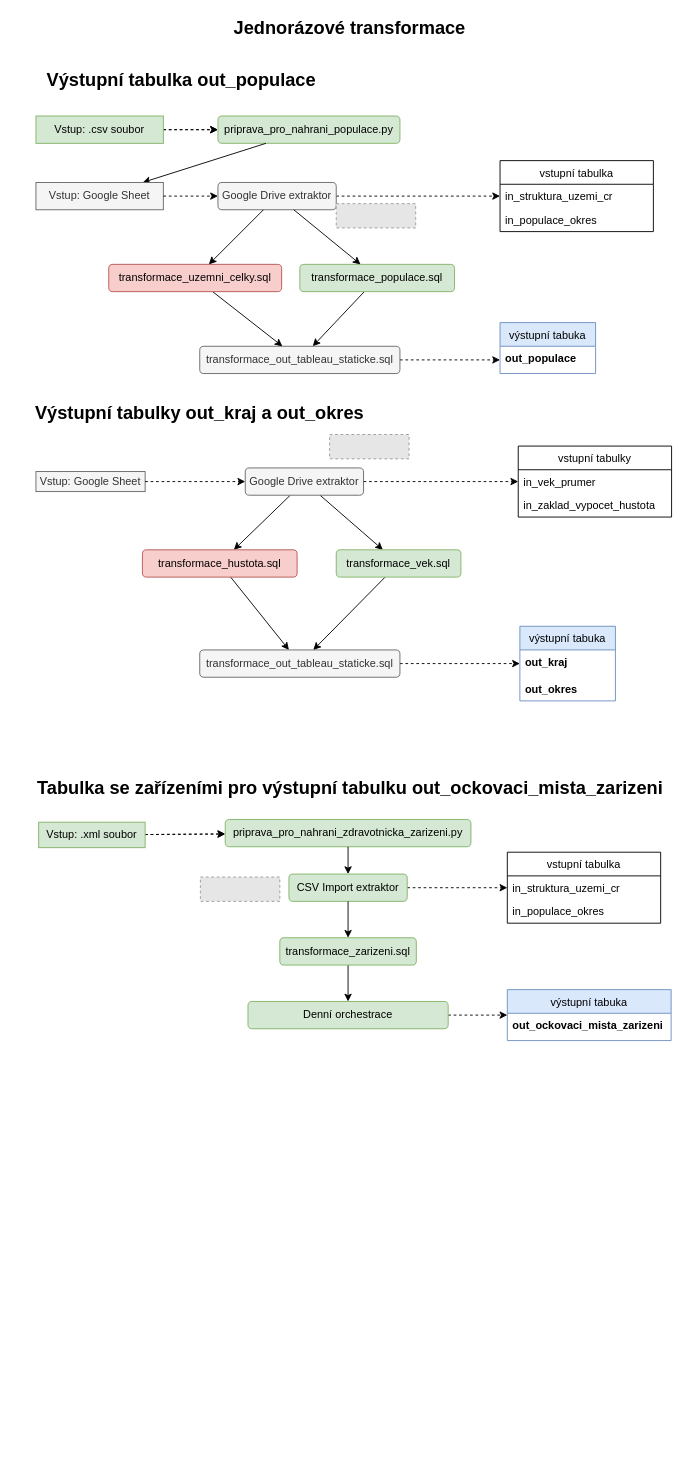
This is Transformace/flowchart_jednorazove_transformace.drawio from AdelaKohoutkova/da-projekt-2021, a draw.io file, before an edit. Source tidied: cells renumbered, new cells numbered last; positions are measured from the earlier drawing's top-left corner, leaving out a move shared by most shapes. Both pictures are drawn from the tidied source at 91%, with x=0, y=0 at pixel (20, 17). Pictures stored in the file or linked from it are replaced by grey dashed boxes.
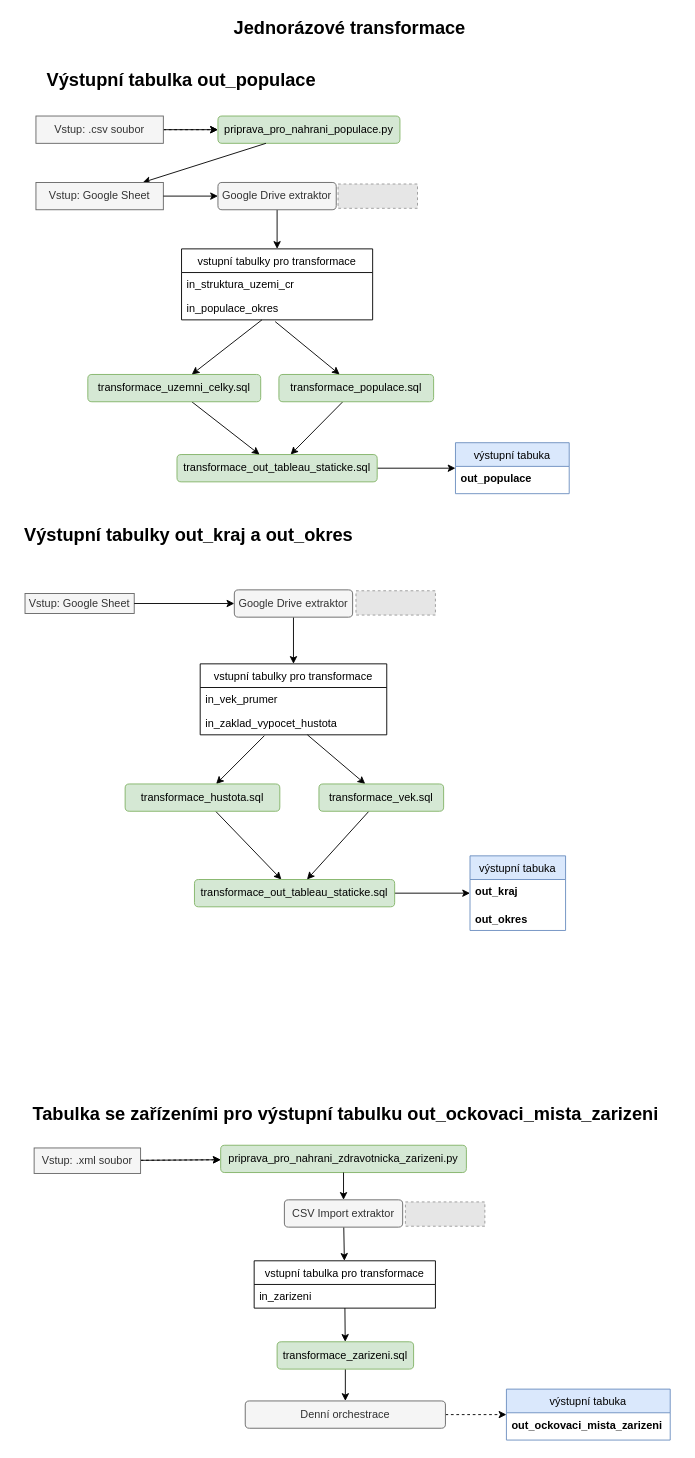
The same diagram, later.

Commit message (it also covers changes not shown here):
aktualizovány vývojové diagramy transformací

Unchanged cells that the change refers to:
```xml
<mxCell id="8" value="priprava_pro_nahrani_populace.py" style="rounded=1;whiteSpace=wrap;html=1;strokeColor=#82b366;align=center;fillColor=#d5e8d4;" parent="1" vertex="1">
  <mxGeometry x="217" y="108" width="200" height="30" as="geometry" />
</mxCell>
<mxCell id="9" value="Google Drive extraktor" style="rounded=1;whiteSpace=wrap;html=1;strokeColor=#666666;align=center;fillColor=#f5f5f5;fontColor=#333333;" parent="1" vertex="1">
  <mxGeometry x="217" y="181" width="130" height="30" as="geometry" />
</mxCell>
<mxCell id="38" value="Vstup: Google Sheet" style="text;html=1;fillColor=#f5f5f5;align=center;verticalAlign=middle;whiteSpace=wrap;rounded=0;strokeColor=#666666;fontColor=#333333;" parent="1" vertex="1">
  <mxGeometry x="17" y="181" width="140" height="30" as="geometry" />
</mxCell>
```

What changed in the source:
```diff
@@
     <mxCell id="2" value="výstupní tabuka" style="swimlane;fontStyle=0;horizontal=1;startSize=26;fillColor=#dae8fc;strokeColor=#6c8ebf;" parent="1" vertex="1">
-      <mxGeometry x="527" y="335" width="105" height="56" as="geometry" />
+      <mxGeometry x="478" y="467" width="125" height="56" as="geometry" />
     </mxCell>
     <mxCell id="3" value="out_populace" style="text;strokeColor=none;fillColor=none;spacingLeft=4;spacingRight=4;overflow=hidden;fontSize=12;fontStyle=1;" parent="2" vertex="1">
-      <mxGeometry y="26" width="105" height="30" as="geometry" />
+      <mxGeometry y="26" width="125" height="30" as="geometry" />
     </mxCell>
@@
-    <mxCell id="5" style="edgeStyle=none;rounded=0;jettySize=auto;html=1;dashed=1;" parent="1" edge="1" source="6" target="8">
+    <mxCell id="5" style="edgeStyle=none;rounded=0;jettySize=auto;html=1;" parent="1" edge="1" source="6" target="8">
       <mxGeometry relative="1" as="geometry" />
     </mxCell>
-    <mxCell id="6" value="Vstup: .csv soubor" style="text;html=1;align=center;verticalAlign=middle;whiteSpace=wrap;rounded=0;strokeColor=#82b366;fillColor=#d5e8d4;" parent="1" vertex="1">
+    <mxCell id="6" value="Vstup: .csv soubor" style="text;html=1;align=center;verticalAlign=middle;whiteSpace=wrap;rounded=0;strokeColor=#666666;fillColor=#f5f5f5;fontColor=#333333;" parent="1" vertex="1">
       <mxGeometry x="17" y="108" width="140" height="30" as="geometry" />
     </mxCell>
-    <mxCell id="7" style="edgeStyle=none;rounded=0;jettySize=auto;html=1;dashed=1;" parent="1" edge="1" source="9" target="11">
+    <mxCell id="7" style="edgeStyle=none;rounded=0;jettySize=auto;html=1;" parent="1" edge="1" source="9" target="11">
       <mxGeometry relative="1" as="geometry" />
     </mxCell>
@@
     <mxCell id="10" style="fillColor=#E6E6E6;strokeColor=#999999;dashed=1;verticalLabelPosition=bottom;labelBackgroundColor=#ffffff;verticalAlign=top;" parent="1" vertex="1">
-      <mxGeometry x="347" y="204.3" width="87.3" height="26.7" as="geometry" />
+      <mxGeometry x="349" y="182.7" width="87.3" height="26.7" as="geometry" />
     </mxCell>
-    <mxCell id="11" value="vstupní tabulka" style="swimlane;fontStyle=0;horizontal=1;startSize=26;" parent="1" vertex="1">
-      <mxGeometry x="527" y="157" width="168.5" height="78" as="geometry" />
+    <mxCell id="11" value="vstupní tabulky pro transformace" style="swimlane;fontStyle=0;horizontal=1;startSize=26;" parent="1" vertex="1">
+      <mxGeometry x="177" y="254" width="210" height="78" as="geometry" />
     </mxCell>
     <mxCell id="12" value="in_struktura_uzemi_cr" style="text;strokeColor=none;fillColor=none;align=left;verticalAlign=top;spacingLeft=4;spacingRight=4;overflow=hidden;" parent="11" vertex="1">
-      <mxGeometry y="26" width="168.5" height="26" as="geometry" />
+      <mxGeometry y="26" width="210" height="26" as="geometry" />
     </mxCell>
     <mxCell id="13" value="in_populace_okres" style="text;strokeColor=none;fillColor=none;align=left;verticalAlign=top;spacingLeft=4;spacingRight=4;overflow=hidden;points=[[0,0.5],[1,0.5]];portConstraint=eastwest;" parent="11" vertex="1">
-      <mxGeometry y="52" width="168.5" height="26" as="geometry" />
+      <mxGeometry y="52" width="210" height="26" as="geometry" />
     </mxCell>
@@
     <mxCell id="15" value="&lt;span style=&quot;text-align: left&quot;&gt;transformace_populace.sql&lt;/span&gt;" style="rounded=1;whiteSpace=wrap;html=1;strokeColor=#82b366;align=center;fillColor=#d5e8d4;" parent="1" vertex="1">
-      <mxGeometry x="307" y="271" width="170" height="30" as="geometry" />
+      <mxGeometry x="284" y="392" width="170" height="30" as="geometry" />
     </mxCell>
-    <mxCell id="16" style="edgeStyle=none;rounded=0;jettySize=auto;html=1;dashed=1;" parent="1" edge="1" source="17">
-      <mxGeometry relative="1" as="geometry">
-        <mxPoint x="527" y="376" as="targetPoint" />
-      </mxGeometry>
+    <mxCell id="16" style="edgeStyle=none;rounded=0;jettySize=auto;html=1;" parent="1" edge="1" source="17" target="2">
+      <mxGeometry relative="1" as="geometry" />
     </mxCell>
-    <mxCell id="17" value="&lt;span style=&quot;text-align: left&quot;&gt;transformace_out_tableau_staticke.sql&lt;/span&gt;" style="rounded=1;whiteSpace=wrap;html=1;strokeColor=#666666;align=center;fillColor=#f5f5f5;fontColor=#333333;" parent="1" vertex="1">
-      <mxGeometry x="197" y="361" width="220" height="30" as="geometry" />
+    <mxCell id="17" value="&lt;span style=&quot;text-align: left&quot;&gt;transformace_out_tableau_staticke.sql&lt;/span&gt;" style="rounded=1;whiteSpace=wrap;html=1;strokeColor=#82b366;align=center;fillColor=#d5e8d4;" parent="1" vertex="1">
+      <mxGeometry x="172" y="480" width="220" height="30" as="geometry" />
     </mxCell>
@@
-    <mxCell id="19" style="rounded=0;jettySize=auto;html=1;" parent="1" edge="1" source="9" target="15">
+    <mxCell id="19" style="rounded=0;jettySize=auto;html=1;exitX=0.49;exitY=1.073;exitDx=0;exitDy=0;exitPerimeter=0;" parent="1" edge="1" source="13" target="15">
       <mxGeometry relative="1" as="geometry" />
     </mxCell>
     <mxCell id="20" value="Vstup: Google Sheet" style="text;html=1;fillColor=#f5f5f5;align=center;verticalAlign=middle;whiteSpace=wrap;rounded=0;strokeColor=#666666;fontColor=#333333;" parent="1" vertex="1">
-      <mxGeometry x="17" y="498.7" width="120" height="22" as="geometry" />
+      <mxGeometry x="5" y="632.7" width="120" height="22" as="geometry" />
     </mxCell>
-    <mxCell id="21" style="edgeStyle=none;rounded=0;jettySize=auto;html=1;" parent="1" edge="1" source="24" target="33">
+    <mxCell id="21" style="edgeStyle=none;rounded=0;jettySize=auto;html=1;exitX=0.344;exitY=1.037;exitDx=0;exitDy=0;exitPerimeter=0;" parent="1" edge="1" source="28" target="33">
       <mxGeometry relative="1" as="geometry" />
     </mxCell>
-    <mxCell id="22" style="edgeStyle=none;rounded=0;jettySize=auto;html=1;" parent="1" edge="1" source="24" target="37">
+    <mxCell id="22" style="edgeStyle=none;rounded=0;jettySize=auto;html=1;" parent="1" edge="1" source="28" target="37">
       <mxGeometry relative="1" as="geometry" />
     </mxCell>
-    <mxCell id="23" style="edgeStyle=none;rounded=0;jettySize=auto;html=1;dashed=1;" parent="1" edge="1" source="24" target="26">
+    <mxCell id="23" style="edgeStyle=none;rounded=0;jettySize=auto;html=1;" parent="1" edge="1" source="24" target="26">
       <mxGeometry relative="1" as="geometry" />
     </mxCell>
     <mxCell id="24" value="Google Drive extraktor" style="rounded=1;whiteSpace=wrap;html=1;strokeColor=#666666;align=center;fillColor=#f5f5f5;fontColor=#333333;" parent="1" vertex="1">
-      <mxGeometry x="247" y="494.7" width="130" height="30" as="geometry" />
+      <mxGeometry x="235" y="628.7" width="130" height="30" as="geometry" />
     </mxCell>
     <mxCell id="25" style="fillColor=#E6E6E6;strokeColor=#999999;dashed=1;verticalLabelPosition=bottom;labelBackgroundColor=#ffffff;verticalAlign=top;" parent="1" vertex="1">
-      <mxGeometry x="339.7" y="458" width="87.3" height="26.7" as="geometry" />
+      <mxGeometry x="368.7" y="629.7" width="87.3" height="26.7" as="geometry" />
     </mxCell>
-    <mxCell id="26" value="vstupní tabulky" style="swimlane;fontStyle=0;horizontal=1;startSize=26;" parent="1" vertex="1">
-      <mxGeometry x="547" y="470.7" width="168.5" height="78" as="geometry" />
+    <mxCell id="26" value="vstupní tabulky pro transformace" style="swimlane;fontStyle=0;horizontal=1;startSize=26;" parent="1" vertex="1">
+      <mxGeometry x="197.5" y="710" width="205" height="78" as="geometry" />
     </mxCell>
     <mxCell id="27" value="in_vek_prumer" style="text;strokeColor=none;fillColor=none;align=left;verticalAlign=top;spacingLeft=4;spacingRight=4;overflow=hidden;" parent="26" vertex="1">
-      <mxGeometry y="26" width="168.5" height="26" as="geometry" />
+      <mxGeometry y="26" width="205" height="26" as="geometry" />
     </mxCell>
     <mxCell id="28" value="in_zaklad_vypocet_hustota" style="text;strokeColor=none;fillColor=none;align=left;verticalAlign=top;spacingLeft=4;spacingRight=4;overflow=hidden;points=[[0,0.5],[1,0.5]];portConstraint=eastwest;" parent="26" vertex="1">
-      <mxGeometry y="52" width="168.5" height="26" as="geometry" />
+      <mxGeometry y="52" width="205" height="26" as="geometry" />
     </mxCell>
     <mxCell id="29" value="výstupní tabuka" style="swimlane;fontStyle=0;horizontal=1;startSize=26;fillColor=#dae8fc;strokeColor=#6c8ebf;" parent="1" vertex="1">
-      <mxGeometry x="548.8" y="668.7" width="105" height="82" as="geometry" />
+      <mxGeometry x="494" y="921" width="105" height="82" as="geometry" />
     </mxCell>
@@
-    <mxCell id="33" value="&lt;div style=&quot;text-align: left&quot;&gt;&lt;span&gt;transformace_hustota.sql&lt;/span&gt;&lt;/div&gt;" style="rounded=1;whiteSpace=wrap;html=1;strokeColor=#b85450;align=center;fillColor=#f8cecc;" parent="1" vertex="1">
-      <mxGeometry x="134" y="584.7" width="170" height="30" as="geometry" />
+    <mxCell id="33" value="&lt;div style=&quot;text-align: left&quot;&gt;&lt;span&gt;transformace_hustota.sql&lt;/span&gt;&lt;/div&gt;" style="rounded=1;whiteSpace=wrap;html=1;strokeColor=#82b366;align=center;fillColor=#d5e8d4;" parent="1" vertex="1">
+      <mxGeometry x="115" y="842" width="170" height="30" as="geometry" />
     </mxCell>
-    <mxCell id="34" style="edgeStyle=none;rounded=0;jettySize=auto;html=1;dashed=1;" parent="1" edge="1" source="35" target="29">
+    <mxCell id="34" style="edgeStyle=none;rounded=0;jettySize=auto;html=1;" parent="1" edge="1" source="35" target="29">
       <mxGeometry relative="1" as="geometry" />
     </mxCell>
-    <mxCell id="35" value="&lt;span style=&quot;text-align: left&quot;&gt;transformace_out_tableau_staticke.sql&lt;/span&gt;" style="rounded=1;whiteSpace=wrap;html=1;strokeColor=#666666;align=center;fillColor=#f5f5f5;fontColor=#333333;" parent="1" vertex="1">
-      <mxGeometry x="197" y="694.7" width="220" height="30" as="geometry" />
+    <mxCell id="35" value="&lt;span style=&quot;text-align: left&quot;&gt;transformace_out_tableau_staticke.sql&lt;/span&gt;" style="rounded=1;whiteSpace=wrap;html=1;strokeColor=#82b366;align=center;fillColor=#d5e8d4;" parent="1" vertex="1">
+      <mxGeometry x="191.2" y="947" width="220" height="30" as="geometry" />
     </mxCell>
@@
     <mxCell id="37" value="&lt;div style=&quot;text-align: left&quot;&gt;transformace_vek.sql&lt;br&gt;&lt;/div&gt;" style="rounded=1;whiteSpace=wrap;html=1;strokeColor=#82b366;align=center;fillColor=#d5e8d4;" parent="1" vertex="1">
-      <mxGeometry x="347" y="584.7" width="137" height="30" as="geometry" />
+      <mxGeometry x="328" y="842" width="137" height="30" as="geometry" />
     </mxCell>
@@
-    <mxCell id="39" style="edgeStyle=none;rounded=0;jettySize=auto;html=1;dashed=1;" parent="1" edge="1" source="38" target="9">
+    <mxCell id="39" style="edgeStyle=none;rounded=0;jettySize=auto;html=1;" parent="1" edge="1" source="38" target="9">
       <mxGeometry relative="1" as="geometry" />
     </mxCell>
@@
-    <mxCell id="41" value="&lt;div style=&quot;text-align: left&quot;&gt;&lt;span&gt;transformace_uzemni_celky.sql&lt;/span&gt;&lt;/div&gt;" style="rounded=1;whiteSpace=wrap;html=1;strokeColor=#b85450;align=center;fillColor=#f8cecc;" parent="1" vertex="1">
-      <mxGeometry x="97" y="271" width="190" height="30" as="geometry" />
+    <mxCell id="41" value="&lt;div style=&quot;text-align: left&quot;&gt;&lt;span&gt;transformace_uzemni_celky.sql&lt;/span&gt;&lt;/div&gt;" style="rounded=1;whiteSpace=wrap;html=1;strokeColor=#82b366;align=center;fillColor=#d5e8d4;" parent="1" vertex="1">
+      <mxGeometry x="74" y="392" width="190" height="30" as="geometry" />
     </mxCell>
-    <mxCell id="42" style="rounded=0;jettySize=auto;html=1;" parent="1" edge="1" source="9" target="41">
+    <mxCell id="42" style="rounded=0;jettySize=auto;html=1;" parent="1" edge="1" source="13" target="41">
       <mxGeometry relative="1" as="geometry" />
     </mxCell>
-    <mxCell id="43" style="edgeStyle=none;rounded=0;jettySize=auto;html=1;dashed=1;" parent="1" edge="1" source="20" target="24">
+    <mxCell id="43" style="edgeStyle=none;rounded=0;jettySize=auto;html=1;" parent="1" edge="1" source="20" target="24">
       <mxGeometry relative="1" as="geometry" />
     </mxCell>
@@
     <mxCell id="46" value="&lt;span style=&quot;font-size: 20px&quot;&gt;&lt;b&gt;Výstupní tabulky out_kraj a out_okres&lt;/b&gt;&lt;/span&gt;" style="text;html=1;strokeColor=none;fillColor=none;align=center;verticalAlign=middle;whiteSpace=wrap;rounded=0;" parent="1" vertex="1">
-      <mxGeometry x="7" y="408" width="380" height="50" as="geometry" />
+      <mxGeometry x="-5" y="542" width="380" height="50" as="geometry" />
     </mxCell>
     <mxCell id="47" value="&lt;span style=&quot;font-size: 20px&quot;&gt;&lt;b&gt;Tabulka se zařízeními pro výstupní tabulku&amp;nbsp;&lt;/b&gt;&lt;/span&gt;&lt;span style=&quot;font-size: 20px&quot;&gt;&lt;b&gt;out_ockovaci_mista_zarizeni&lt;/b&gt;&lt;/span&gt;" style="text;html=1;strokeColor=none;fillColor=none;align=center;verticalAlign=middle;whiteSpace=wrap;rounded=0;" parent="1" vertex="1">
-      <mxGeometry y="821" width="725" height="50" as="geometry" />
+      <mxGeometry x="-5" y="1179" width="725" height="50" as="geometry" />
     </mxCell>
     <mxCell id="48" value="výstupní tabuka" style="swimlane;fontStyle=0;horizontal=1;startSize=26;fillColor=#dae8fc;strokeColor=#6c8ebf;" parent="1" vertex="1">
-      <mxGeometry x="535" y="1068" width="180" height="56" as="geometry" />
+      <mxGeometry x="534" y="1507" width="180" height="56" as="geometry" />
     </mxCell>
@@
-    <mxCell id="51" style="edgeStyle=none;rounded=0;jettySize=auto;html=1;dashed=1;" parent="1" edge="1" source="52" target="54">
+    <mxCell id="51" style="edgeStyle=none;rounded=0;jettySize=auto;html=1;" parent="1" edge="1" source="52" target="54">
       <mxGeometry relative="1" as="geometry" />
     </mxCell>
-    <mxCell id="52" value="Vstup: .xml soubor" style="text;html=1;fillColor=#d5e8d4;align=center;verticalAlign=middle;whiteSpace=wrap;rounded=0;strokeColor=#82b366;" parent="1" vertex="1">
-      <mxGeometry x="20" y="884" width="117" height="28" as="geometry" />
+    <mxCell id="52" value="Vstup: .xml soubor" style="text;html=1;fillColor=#f5f5f5;align=center;verticalAlign=middle;whiteSpace=wrap;rounded=0;strokeColor=#666666;fontColor=#333333;" parent="1" vertex="1">
+      <mxGeometry x="15" y="1242" width="117" height="28" as="geometry" />
     </mxCell>
-    <mxCell id="53" style="edgeStyle=none;rounded=0;jettySize=auto;html=1;dashed=1;" parent="1" edge="1" source="55" target="57">
+    <mxCell id="53" style="edgeStyle=none;rounded=0;jettySize=auto;html=1;" parent="1" edge="1" source="55" target="57">
       <mxGeometry relative="1" as="geometry" />
     </mxCell>
     <mxCell id="54" value="priprava_pro_nahrani_zdravotnicka_zarizeni.py" style="rounded=1;whiteSpace=wrap;html=1;strokeColor=#82b366;align=center;fillColor=#d5e8d4;" parent="1" vertex="1">
-      <mxGeometry x="225" y="881" width="270" height="30" as="geometry" />
+      <mxGeometry x="220" y="1239" width="270" height="30" as="geometry" />
     </mxCell>
-    <mxCell id="55" value="CSV Import extraktor" style="rounded=1;whiteSpace=wrap;html=1;strokeColor=#82b366;align=center;fillColor=#d5e8d4;" parent="1" vertex="1">
-      <mxGeometry x="295" y="941" width="130" height="30" as="geometry" />
+    <mxCell id="55" value="CSV Import extraktor" style="rounded=1;whiteSpace=wrap;html=1;strokeColor=#666666;align=center;fillColor=#f5f5f5;fontColor=#333333;" parent="1" vertex="1">
+      <mxGeometry x="290" y="1299" width="130" height="30" as="geometry" />
     </mxCell>
     <mxCell id="56" style="fillColor=#E6E6E6;strokeColor=#999999;dashed=1;verticalLabelPosition=bottom;labelBackgroundColor=#ffffff;verticalAlign=top;" parent="1" vertex="1">
-      <mxGeometry x="197.7" y="944.3" width="87.3" height="26.7" as="geometry" />
+      <mxGeometry x="423" y="1301.3" width="87.3" height="26.7" as="geometry" />
     </mxCell>
-    <mxCell id="57" value="vstupní tabulka" style="swimlane;fontStyle=0;horizontal=1;startSize=26;" parent="1" vertex="1">
-      <mxGeometry x="535" y="917" width="168.5" height="78" as="geometry" />
+    <mxCell id="57" value="vstupní tabulka pro transformace" style="swimlane;fontStyle=0;horizontal=1;startSize=26;" parent="1" vertex="1">
+      <mxGeometry x="256.8" y="1366" width="199.2" height="52" as="geometry" />
     </mxCell>
-    <mxCell id="58" value="in_struktura_uzemi_cr" style="text;strokeColor=none;fillColor=none;align=left;verticalAlign=top;spacingLeft=4;spacingRight=4;overflow=hidden;points=[[0,0.5],[1,0.5]];portConstraint=eastwest;" parent="57" vertex="1">
-      <mxGeometry y="26" width="168.5" height="26" as="geometry" />
+    <mxCell id="58" value="in_zarizeni" style="text;strokeColor=none;fillColor=none;align=left;verticalAlign=top;spacingLeft=4;spacingRight=4;overflow=hidden;points=[[0,0.5],[1,0.5]];portConstraint=eastwest;" parent="57" vertex="1">
+      <mxGeometry y="26" width="199.2" height="26" as="geometry" />
     </mxCell>
-    <mxCell id="59" value="in_populace_okres" style="text;strokeColor=none;fillColor=none;align=left;verticalAlign=top;spacingLeft=4;spacingRight=4;overflow=hidden;" parent="57" vertex="1">
-      <mxGeometry y="52" width="168.5" height="26" as="geometry" />
-    </mxCell>
@@
-    <mxCell id="61" value="&lt;span style=&quot;text-align: left&quot;&gt;Denní orchestrace&lt;/span&gt;" style="rounded=1;whiteSpace=wrap;html=1;strokeColor=#82b366;align=center;fillColor=#d5e8d4;" parent="1" vertex="1">
-      <mxGeometry x="250" y="1081" width="220" height="30" as="geometry" />
+    <mxCell id="61" value="&lt;span style=&quot;text-align: left&quot;&gt;Denní orchestrace&lt;/span&gt;" style="rounded=1;whiteSpace=wrap;html=1;strokeColor=#666666;align=center;fillColor=#f5f5f5;fontColor=#333333;" parent="1" vertex="1">
+      <mxGeometry x="247" y="1520" width="220" height="30" as="geometry" />
     </mxCell>
@@
     <mxCell id="64" value="&lt;div style=&quot;text-align: left&quot;&gt;transformace_zarizeni.sql&lt;br&gt;&lt;/div&gt;" style="rounded=1;whiteSpace=wrap;html=1;strokeColor=#82b366;align=center;fillColor=#d5e8d4;" parent="1" vertex="1">
-      <mxGeometry x="285" y="1011" width="150" height="30" as="geometry" />
+      <mxGeometry x="282" y="1455" width="150" height="30" as="geometry" />
     </mxCell>
-    <mxCell id="65" style="rounded=0;jettySize=auto;html=1;" parent="1" edge="1" source="55" target="64">
+    <mxCell id="65" style="rounded=0;jettySize=auto;html=1;" parent="1" edge="1" source="58" target="64">
       <mxGeometry relative="1" as="geometry" />
     </mxCell>
```
